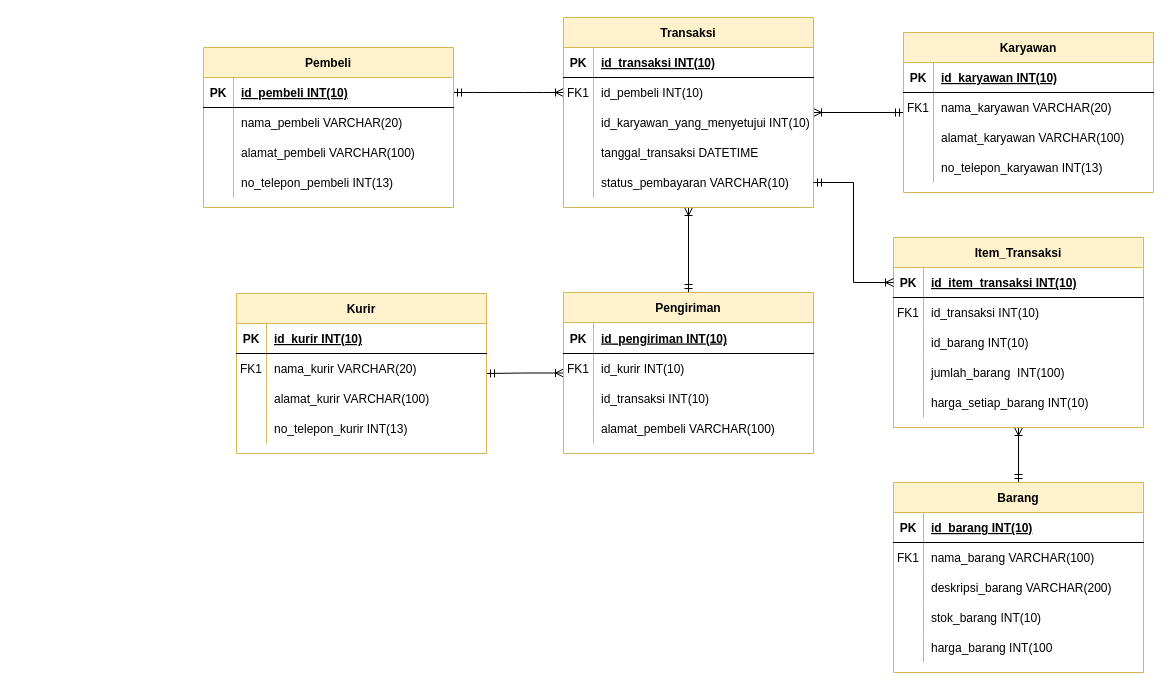
Earlier version of the draw.io diagram Pertemuan6/Untitled Diagram.drawio (NormalikaShandi/IF214002). Source tidied: cells renumbered, new cells numbered last; positions are measured from the earlier drawing's top-left corner, leaving out a move shared by most shapes. Both pictures are drawn from the tidied source at 100%, with x=0, y=0 at pixel (203, 17).
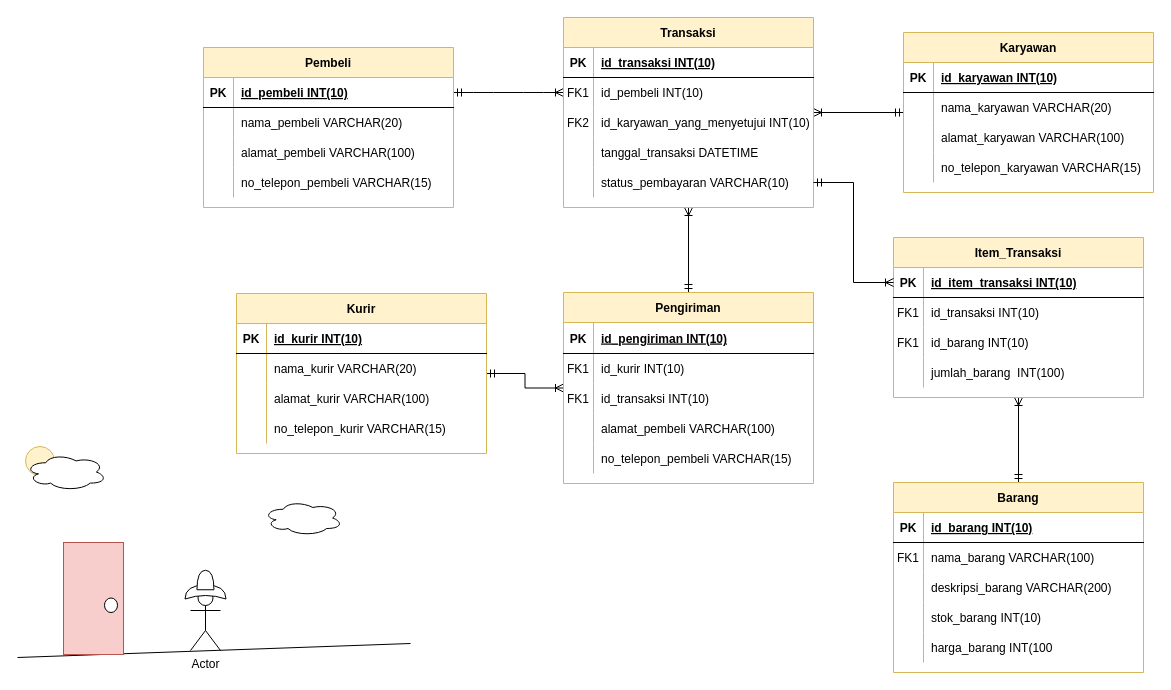
After the change.

The change refers to these unchanged cells:
```xml
<mxCell id="12" style="shape=partialRectangle;fillColor=none;top=0;left=0;right=0;bottom=0;" parent="5" vertex="1">
  <mxGeometry y="90" width="250" height="30" as="geometry" />
</mxCell>
<mxCell id="29" style="shape=partialRectangle;fillColor=none;top=0;left=0;right=0;bottom=0;" parent="22" vertex="1">
  <mxGeometry y="90" width="250" height="30" as="geometry" />
</mxCell>
<mxCell id="48" style="shape=partialRectangle;fillColor=none;top=0;left=0;right=0;bottom=0;" parent="38" vertex="1">
  <mxGeometry y="120" width="250" height="30" as="geometry" />
</mxCell>
<mxCell id="71" style="shape=partialRectangle;fillColor=none;top=0;left=0;right=0;bottom=0;" parent="67" vertex="1">
  <mxGeometry y="60" width="250" height="30" as="geometry" />
</mxCell>
<mxCell id="77" style="shape=partialRectangle;fillColor=none;top=0;left=0;right=0;bottom=0;" parent="67" vertex="1">
  <mxGeometry y="120" width="250" height="30" as="geometry" />
</mxCell>
<mxCell id="89" style="shape=partialRectangle;fillColor=none;top=0;left=0;right=0;bottom=0;" parent="82" vertex="1">
  <mxGeometry y="91" width="250" height="30" as="geometry" />
</mxCell>
<mxCell id="99" style="shape=partialRectangle;fillColor=none;top=0;left=0;right=0;bottom=0;" parent="95" vertex="1">
  <mxGeometry y="60" width="250" height="30" as="geometry" />
</mxCell>
<mxCell id="105" style="shape=partialRectangle;fillColor=none;top=0;left=0;right=0;bottom=0;" parent="95" vertex="1">
  <mxGeometry y="120" width="250" height="30" as="geometry" />
</mxCell>
```

The edit, as a diff of the source:
```diff
@@
-    <mxCell id="13" style="shape=partialRectangle;overflow=hidden;fillColor=none;top=0;left=0;bottom=0;right=0;" parent="12" vertex="1">
+    <mxCell id="13" value="FK2" style="shape=partialRectangle;overflow=hidden;fillColor=none;top=0;left=0;bottom=0;right=0;" parent="12" vertex="1">
       <mxGeometry width="30" height="30" as="geometry" />
     </mxCell>
@@
     <mxCell id="22" value="Item_Transaksi" style="shape=table;startSize=30;childLayout=tableLayout;rowLines=0;fontStyle=1;align=center;fillColor=#fff2cc;strokeColor=#d6b656;" parent="1" vertex="1">
-      <mxGeometry x="690" y="220" width="250" height="190" as="geometry" />
+      <mxGeometry x="690" y="220" width="250" height="160" as="geometry" />
     </mxCell>
@@
-    <mxCell id="30" style="shape=partialRectangle;overflow=hidden;fillColor=none;top=0;left=0;bottom=0;right=0;" parent="29" vertex="1">
+    <mxCell id="30" value="FK1" style="shape=partialRectangle;overflow=hidden;fillColor=none;top=0;left=0;bottom=0;right=0;" parent="29" vertex="1">
       <mxGeometry width="30" height="30" as="geometry" />
     </mxCell>
@@
-    <mxCell id="35" style="shape=partialRectangle;fillColor=none;top=0;left=0;right=0;bottom=0;" parent="22" vertex="1">
-      <mxGeometry y="150" width="250" height="30" as="geometry" />
-    </mxCell>
-    <mxCell id="36" style="shape=partialRectangle;overflow=hidden;fillColor=none;top=0;left=0;bottom=0;right=0;" parent="35" vertex="1">
-      <mxGeometry width="30" height="30" as="geometry" />
-    </mxCell>
-    <mxCell id="37" value="harga_setiap_barang INT(10)" style="shape=partialRectangle;overflow=hidden;fillColor=none;top=0;left=0;bottom=0;right=0;align=left;spacingLeft=6;" parent="35" vertex="1">
-      <mxGeometry x="30" width="220" height="30" as="geometry" />
-    </mxCell>
@@
-    <mxCell id="50" value="no_telepon_pembeli INT(13)" style="shape=partialRectangle;overflow=hidden;fillColor=none;top=0;left=0;bottom=0;right=0;align=left;spacingLeft=6;" parent="48" vertex="1">
+    <mxCell id="50" value="no_telepon_pembeli VARCHAR(15)" style="shape=partialRectangle;overflow=hidden;fillColor=none;top=0;left=0;bottom=0;right=0;align=left;spacingLeft=6;" parent="48" vertex="1">
       <mxGeometry x="30" width="220" height="30" as="geometry" />
     </mxCell>
@@
-    <mxCell id="72" value="FK1" style="shape=partialRectangle;overflow=hidden;fillColor=none;top=0;left=0;bottom=0;right=0;" parent="71" vertex="1">
+    <mxCell id="72" style="shape=partialRectangle;overflow=hidden;fillColor=none;top=0;left=0;bottom=0;right=0;" parent="71" vertex="1">
       <mxGeometry width="30" height="30" as="geometry" />
     </mxCell>
@@
-    <mxCell id="79" value="no_telepon_karyawan INT(13)" style="shape=partialRectangle;overflow=hidden;fillColor=none;top=0;left=0;bottom=0;right=0;align=left;spacingLeft=6;" parent="77" vertex="1">
+    <mxCell id="79" value="no_telepon_karyawan VARCHAR(15)" style="shape=partialRectangle;overflow=hidden;fillColor=none;top=0;left=0;bottom=0;right=0;align=left;spacingLeft=6;" parent="77" vertex="1">
       <mxGeometry x="30" width="220" height="30" as="geometry" />
     </mxCell>
@@
     <mxCell id="82" value="Pengiriman" style="shape=table;startSize=30;childLayout=tableLayout;rowLines=0;fontStyle=1;align=center;fillColor=#fff2cc;strokeColor=#d6b656;" parent="1" vertex="1">
-      <mxGeometry x="360" y="275" width="250" height="161" as="geometry" />
+      <mxGeometry x="360" y="275" width="250" height="191" as="geometry" />
     </mxCell>
@@
-    <mxCell id="90" style="shape=partialRectangle;overflow=hidden;fillColor=none;top=0;left=0;bottom=0;right=0;" parent="89" vertex="1">
+    <mxCell id="90" value="FK1" style="shape=partialRectangle;overflow=hidden;fillColor=none;top=0;left=0;bottom=0;right=0;" parent="89" vertex="1">
       <mxGeometry width="30" height="30" as="geometry" />
     </mxCell>
@@
+    <mxCell id="108" style="shape=partialRectangle;fillColor=none;top=0;left=0;right=0;bottom=0;" parent="82" vertex="1">
+      <mxGeometry y="151" width="250" height="30" as="geometry" />
+    </mxCell>
+    <mxCell id="36" style="shape=partialRectangle;overflow=hidden;fillColor=none;top=0;left=0;bottom=0;right=0;" parent="108" vertex="1">
+      <mxGeometry width="30" height="30" as="geometry" />
+    </mxCell>
+    <mxCell id="109" value="no_telepon_pembeli VARCHAR(15)" style="shape=partialRectangle;overflow=hidden;fillColor=none;top=0;left=0;bottom=0;right=0;align=left;spacingLeft=6;" parent="108" vertex="1">
+      <mxGeometry x="30" width="220" height="30" as="geometry" />
+    </mxCell>
@@
-    <mxCell id="100" value="FK1" style="shape=partialRectangle;overflow=hidden;fillColor=none;top=0;left=0;bottom=0;right=0;" parent="99" vertex="1">
+    <mxCell id="100" style="shape=partialRectangle;overflow=hidden;fillColor=none;top=0;left=0;bottom=0;right=0;" parent="99" vertex="1">
       <mxGeometry width="30" height="30" as="geometry" />
     </mxCell>
@@
-    <mxCell id="107" value="no_telepon_kurir INT(13)" style="shape=partialRectangle;overflow=hidden;fillColor=none;top=0;left=0;bottom=0;right=0;align=left;spacingLeft=6;" parent="105" vertex="1">
+    <mxCell id="107" value="no_telepon_kurir VARCHAR(15)" style="shape=partialRectangle;overflow=hidden;fillColor=none;top=0;left=0;bottom=0;right=0;align=left;spacingLeft=6;" parent="105" vertex="1">
       <mxGeometry x="30" width="220" height="30" as="geometry" />
     </mxCell>
+    <mxCell id="110" value="Actor" style="shape=umlActor;verticalLabelPosition=bottom;verticalAlign=top;html=1;" parent="1" vertex="1">
+      <mxGeometry x="-13" y="573" width="30" height="60" as="geometry" />
+    </mxCell>
+    <mxCell id="111" style="shape=xor;whiteSpace=wrap;html=1;rotation=-90;" parent="1" vertex="1">
+      <mxGeometry x="-5" y="554" width="14" height="41" as="geometry" />
+    </mxCell>
+    <mxCell id="112" style="shape=or;whiteSpace=wrap;html=1;rotation=-90;" parent="1" vertex="1">
+      <mxGeometry x="-7.8" y="554" width="19.5" height="17" as="geometry" />
+    </mxCell>
+    <mxCell id="113" style="ellipse;whiteSpace=wrap;html=1;fillColor=#fff2cc;strokeColor=#d6b656;" parent="1" vertex="1">
+      <mxGeometry x="-178" y="429" width="29" height="29" as="geometry" />
+    </mxCell>
+    <mxCell id="114" style="ellipse;shape=cloud;whiteSpace=wrap;html=1;" parent="1" vertex="1">
+      <mxGeometry x="-178" y="436" width="81" height="37" as="geometry" />
+    </mxCell>
+    <mxCell id="115" style="ellipse;shape=cloud;whiteSpace=wrap;html=1;" parent="1" vertex="1">
+      <mxGeometry x="60" y="483" width="79" height="35" as="geometry" />
+    </mxCell>
+    <mxCell id="116" style="endArrow=none;html=1;rounded=0;" parent="1" edge="1">
+      <mxGeometry relative="1" as="geometry">
+        <mxPoint x="-186" y="640" as="sourcePoint" />
+        <mxPoint x="207" y="626" as="targetPoint" />
+      </mxGeometry>
+    </mxCell>
+    <mxCell id="117" style="rounded=0;whiteSpace=wrap;html=1;rotation=90;fillColor=#f8cecc;strokeColor=#b85450;" parent="1" vertex="1">
+      <mxGeometry x="-166" y="551" width="112" height="60" as="geometry" />
+    </mxCell>
+    <mxCell id="118" style="ellipse;whiteSpace=wrap;html=1;" parent="1" vertex="1">
+      <mxGeometry x="-99" y="580.5" width="13" height="14.5" as="geometry" />
+    </mxCell>
```
